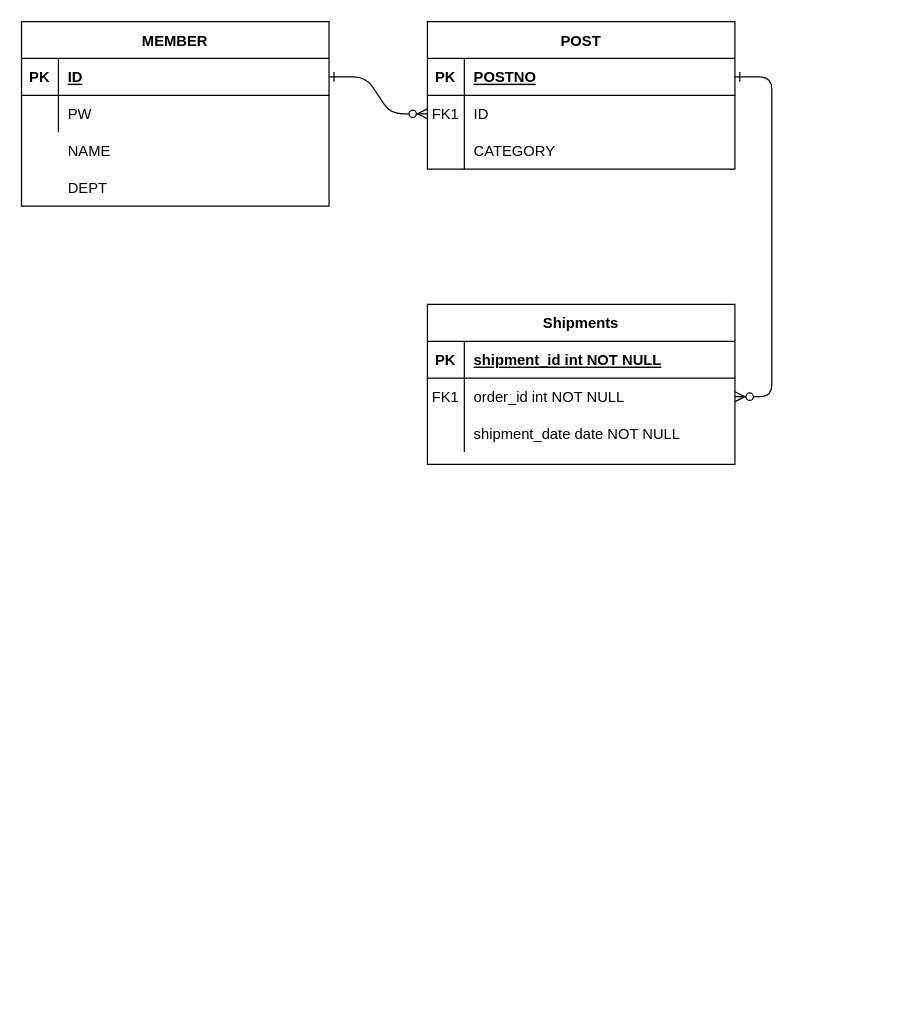
Earlier version of the draw.io diagram 사원게시판 연습.drawio (jghee717/ERD-PRAC). Source tidied: cells renumbered, new cells numbered last; positions are measured from the earlier drawing's top-left corner, leaving out a move shared by most shapes. Both pictures are drawn from the tidied source at 123%, with x=0, y=0 at pixel (21, 21).
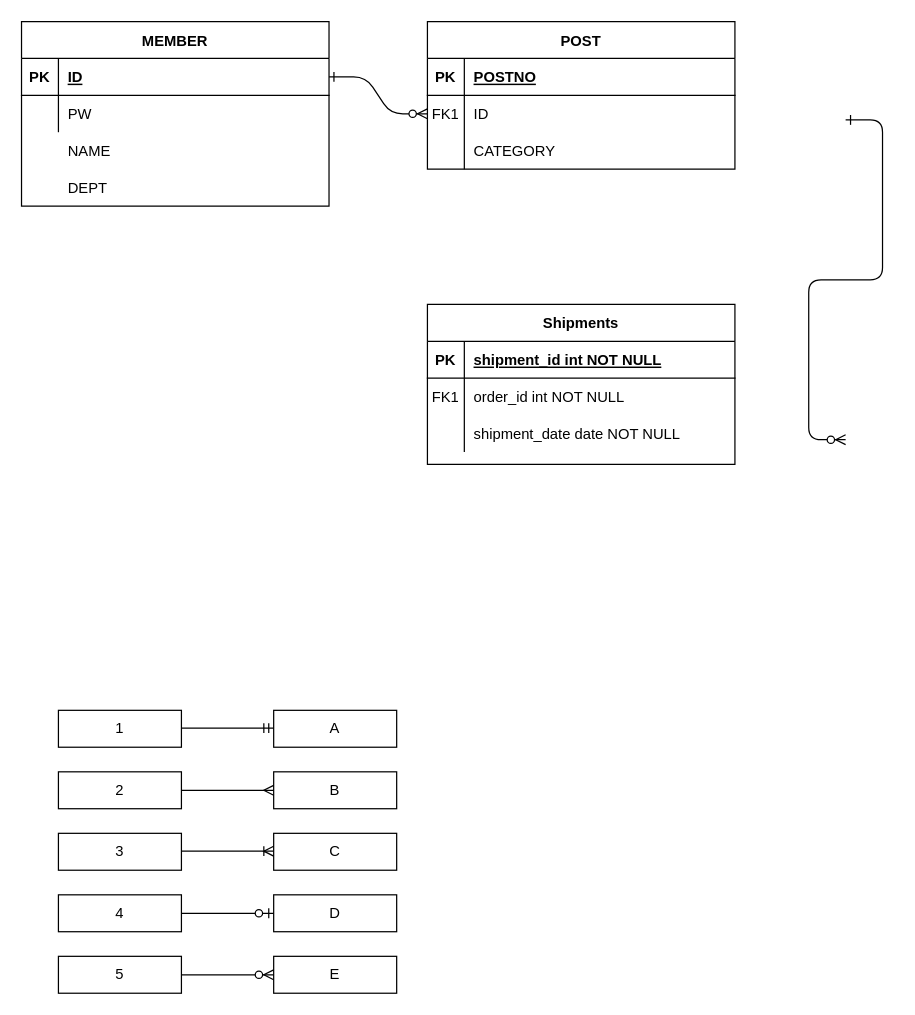
The same diagram, later.

Commit message:
사원게시판 연습.drawio 업데이트

Unchanged cells that the change refers to:
```xml
<mxCell id="5" style="shape=partialRectangle;fillColor=none;points=[[0,0.5],[1,0.5]];portConstraint=eastwest;top=0;left=0;right=0;bottom=1;" parent="4" vertex="1">
  <mxGeometry y="30" width="250" height="30" as="geometry" />
</mxCell>
<mxCell id="8" style="shape=partialRectangle;fillColor=none;points=[[0,0.5],[1,0.5]];portConstraint=eastwest;top=0;left=0;right=0;bottom=0;" parent="4" vertex="1">
  <mxGeometry y="60" width="250" height="30" as="geometry" />
</mxCell>
<mxCell id="18" style="shape=partialRectangle;fillColor=none;points=[[0,0.5],[1,0.5]];portConstraint=eastwest;top=0;left=0;right=0;bottom=0;" parent="14" vertex="1">
  <mxGeometry y="60" width="250" height="30" as="geometry" />
</mxCell>
<mxCell id="25" style="shape=partialRectangle;fillColor=none;points=[[0,0.5],[1,0.5]];portConstraint=eastwest;top=0;left=0;right=0;bottom=1;" parent="24" vertex="1">
  <mxGeometry y="30" width="250" height="30" as="geometry" />
</mxCell>
```

What changed in the source:
```diff
@@
-    <mxCell id="2" style="edgeStyle=entityRelationEdgeStyle;endArrow=ERzeroToMany;startArrow=ERone;endFill=1;startFill=0;" parent="1" edge="1" source="25" target="8">
+    <mxCell id="2" style="edgeStyle=entityRelationEdgeStyle;endArrow=ERzeroToMany;startArrow=ERone;endFill=1;startFill=0;exitX=1;exitY=0.5;exitDx=0;exitDy=0;" parent="1" edge="1" source="25" target="8">
       <mxGeometry relative="1" as="geometry" />
     </mxCell>
-    <mxCell id="3" style="edgeStyle=entityRelationEdgeStyle;endArrow=ERzeroToMany;startArrow=ERone;endFill=1;startFill=0;" parent="1" edge="1" source="5" target="18">
-      <mxGeometry relative="1" as="geometry" />
+    <mxCell id="3" style="edgeStyle=entityRelationEdgeStyle;endArrow=ERzeroToMany;startArrow=ERone;endFill=1;startFill=0;" parent="1" edge="1">
+      <mxGeometry relative="1" as="geometry">
+        <mxPoint x="670" y="80" as="sourcePoint" />
+        <mxPoint x="670" y="340" as="targetPoint" />
+      </mxGeometry>
     </mxCell>
@@
+    <mxCell id="37" value="1" style="rounded=0;whiteSpace=wrap;html=1;" parent="1" vertex="1">
+      <mxGeometry x="30" y="560" width="100" height="30" as="geometry" />
+    </mxCell>
+    <mxCell id="38" value="A" style="rounded=0;whiteSpace=wrap;html=1;" parent="1" vertex="1">
+      <mxGeometry x="205" y="560" width="100" height="30" as="geometry" />
+    </mxCell>
+    <mxCell id="39" value="2" style="rounded=0;whiteSpace=wrap;html=1;" parent="1" vertex="1">
+      <mxGeometry x="30" y="610" width="100" height="30" as="geometry" />
+    </mxCell>
+    <mxCell id="40" value="B" style="rounded=0;whiteSpace=wrap;html=1;" parent="1" vertex="1">
+      <mxGeometry x="205" y="610" width="100" height="30" as="geometry" />
+    </mxCell>
+    <mxCell id="41" value="3" style="rounded=0;whiteSpace=wrap;html=1;" parent="1" vertex="1">
+      <mxGeometry x="30" y="660" width="100" height="30" as="geometry" />
+    </mxCell>
+    <mxCell id="42" value="C" style="rounded=0;whiteSpace=wrap;html=1;" parent="1" vertex="1">
+      <mxGeometry x="205" y="660" width="100" height="30" as="geometry" />
+    </mxCell>
+    <mxCell id="43" value="4" style="rounded=0;whiteSpace=wrap;html=1;" parent="1" vertex="1">
+      <mxGeometry x="30" y="710" width="100" height="30" as="geometry" />
+    </mxCell>
+    <mxCell id="44" value="D" style="rounded=0;whiteSpace=wrap;html=1;" parent="1" vertex="1">
+      <mxGeometry x="205" y="710" width="100" height="30" as="geometry" />
+    </mxCell>
+    <mxCell id="45" value="5" style="rounded=0;whiteSpace=wrap;html=1;" parent="1" vertex="1">
+      <mxGeometry x="30" y="760" width="100" height="30" as="geometry" />
+    </mxCell>
+    <mxCell id="46" value="E" style="rounded=0;whiteSpace=wrap;html=1;" parent="1" vertex="1">
+      <mxGeometry x="205" y="760" width="100" height="30" as="geometry" />
+    </mxCell>
+    <mxCell id="47" style="edgeStyle=entityRelationEdgeStyle;fontSize=12;html=1;endArrow=ERzeroToMany;endFill=1;rounded=0;entryX=0;entryY=0.5;entryDx=0;entryDy=0;" parent="1" edge="1" target="46">
+      <mxGeometry relative="1" as="geometry">
+        <mxPoint x="130" y="775" as="sourcePoint" />
+      </mxGeometry>
+    </mxCell>
+    <mxCell id="48" style="edgeStyle=entityRelationEdgeStyle;fontSize=12;html=1;endArrow=ERoneToMany;rounded=0;entryX=0;entryY=0.5;entryDx=0;entryDy=0;" parent="1" edge="1">
+      <mxGeometry relative="1" as="geometry">
+        <mxPoint x="130" y="674.5" as="sourcePoint" />
+        <mxPoint x="205" y="674.5" as="targetPoint" />
+      </mxGeometry>
+    </mxCell>
+    <mxCell id="49" style="edgeStyle=entityRelationEdgeStyle;fontSize=12;html=1;endArrow=ERmandOne;rounded=0;entryX=0;entryY=0.5;entryDx=0;entryDy=0;" parent="1" edge="1">
+      <mxGeometry relative="1" as="geometry">
+        <mxPoint x="130" y="574.5" as="sourcePoint" />
+        <mxPoint x="205" y="574.5" as="targetPoint" />
+      </mxGeometry>
+    </mxCell>
+    <mxCell id="50" style="edgeStyle=entityRelationEdgeStyle;fontSize=12;html=1;endArrow=ERmany;rounded=0;entryX=0;entryY=0.5;entryDx=0;entryDy=0;" parent="1" edge="1" target="40">
+      <mxGeometry relative="1" as="geometry">
+        <mxPoint x="130" y="625" as="sourcePoint" />
+      </mxGeometry>
+    </mxCell>
+    <mxCell id="51" style="edgeStyle=entityRelationEdgeStyle;fontSize=12;html=1;endArrow=ERzeroToOne;endFill=1;rounded=0;entryX=0;entryY=0.5;entryDx=0;entryDy=0;" parent="1" edge="1" target="44">
+      <mxGeometry relative="1" as="geometry">
+        <mxPoint x="130" y="725" as="sourcePoint" />
+      </mxGeometry>
+    </mxCell>
```
